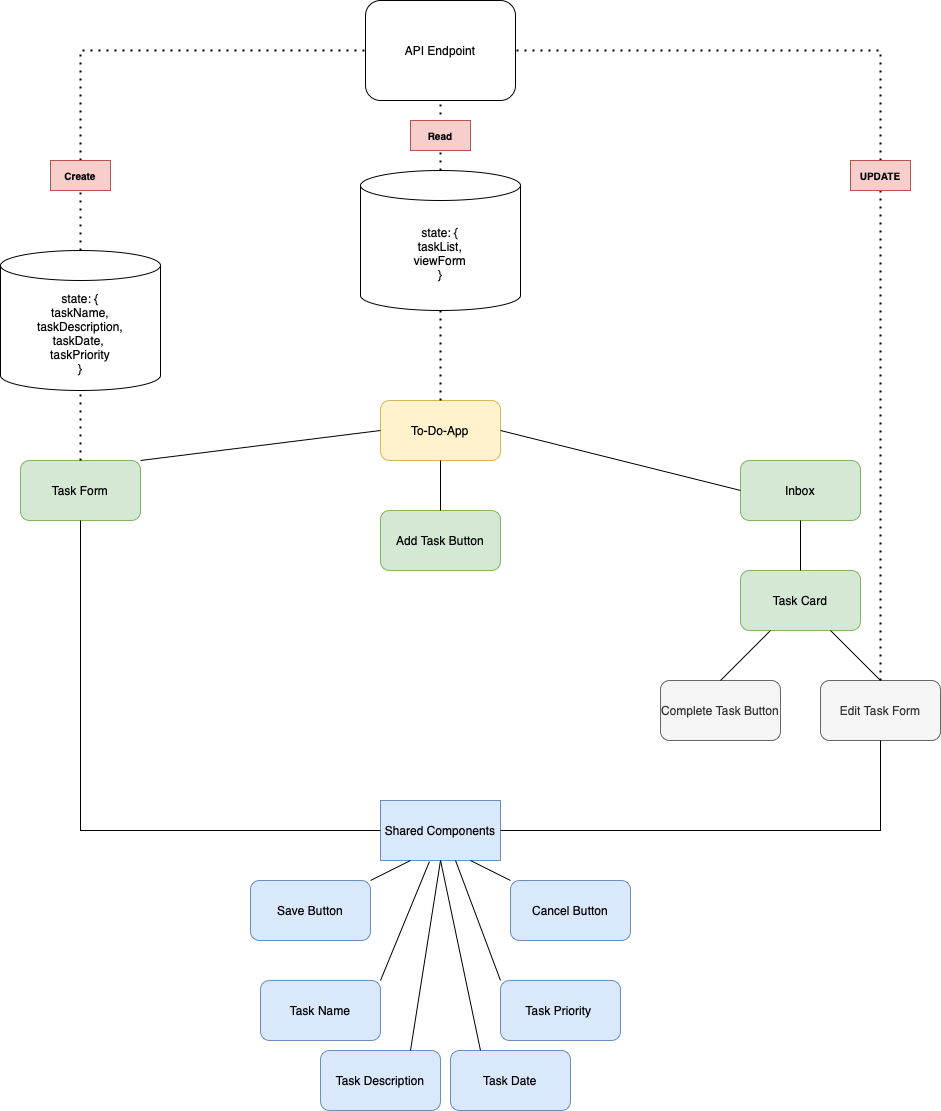
Earlier version of the draw.io export images/to-do-list-architecture.png (ddanner97/JustDoIt). Source tidied: cells renumbered, new cells last; positions are measured from the earlier drawing's top-left corner, leaving out a move shared by most shapes.
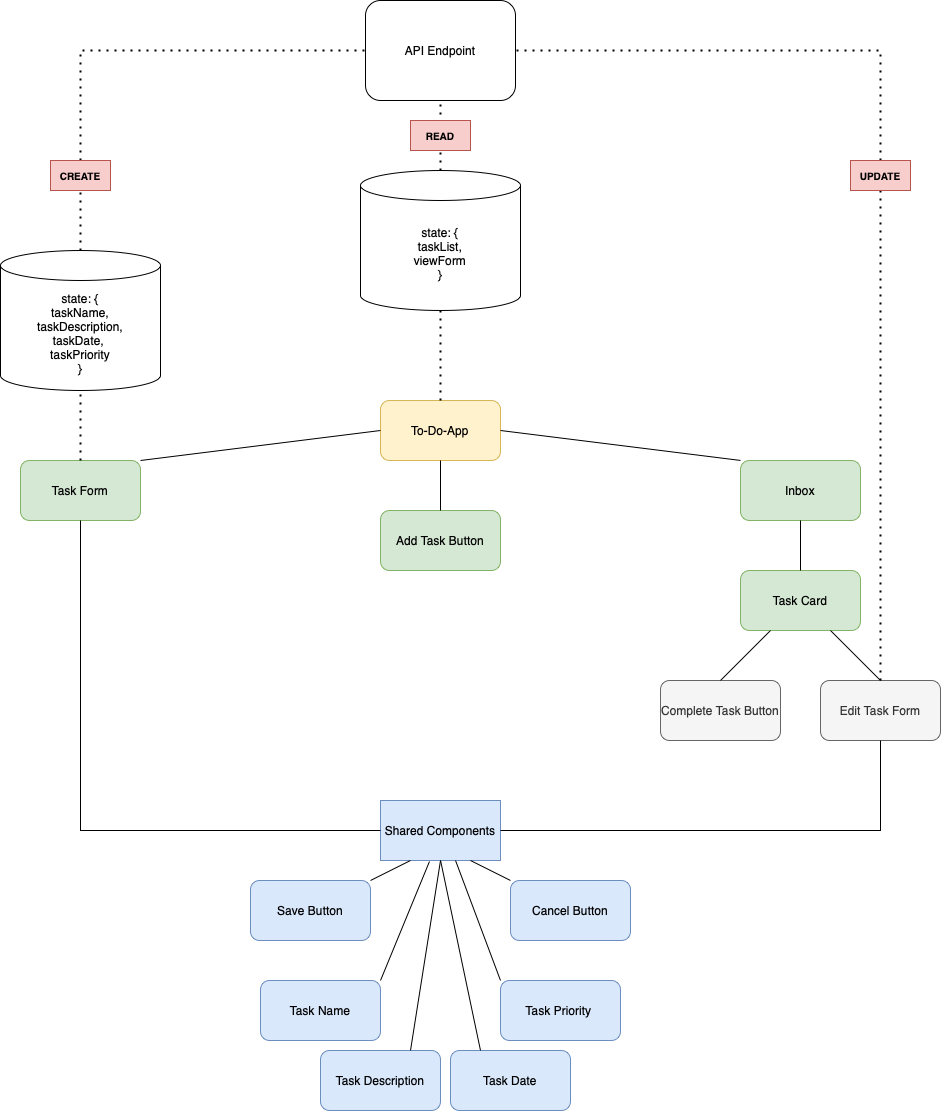
Later version of the same file.

The edit, as a diff of the source:
```diff
@@ -26,7 +26,7 @@
     <mxCell id="9" style="endArrow=none;html=1;rounded=0;exitX=1;exitY=0;exitDx=0;exitDy=0;entryX=0;entryY=0.5;entryDx=0;entryDy=0;" parent="1" edge="1" source="3" target="2">
       <mxGeometry relative="1" as="geometry" />
     </mxCell>
-    <mxCell id="10" style="endArrow=none;html=1;rounded=0;entryX=1;entryY=0.5;entryDx=0;entryDy=0;exitX=0;exitY=0.5;exitDx=0;exitDy=0;" parent="1" edge="1" source="4" target="2">
+    <mxCell id="10" style="endArrow=none;html=1;rounded=0;entryX=1;entryY=0.5;entryDx=0;entryDy=0;exitX=0;exitY=0;exitDx=0;exitDy=0;" parent="1" edge="1" source="4" target="2">
       <mxGeometry relative="1" as="geometry" />
     </mxCell>
     <mxCell id="11" value="Edit&amp;nbsp;Task Form" style="rounded=1;whiteSpace=wrap;html=1;fillColor=#f5f5f5;fontColor=#333333;strokeColor=#666666;" parent="1" vertex="1">
@@ -129,13 +129,13 @@
     <mxCell id="38" value="&lt;b style=&quot;font-size: 10px;&quot;&gt;&lt;font style=&quot;font-size: 10px;&quot;&gt;UPDATE&lt;/font&gt;&lt;/b&gt;" style="text;html=1;strokeColor=#b85450;fillColor=#f8cecc;align=center;verticalAlign=middle;whiteSpace=wrap;rounded=0;fontSize=10;" parent="1" vertex="1">
       <mxGeometry x="850" y="160" width="60" height="30" as="geometry" />
     </mxCell>
-    <mxCell id="39" value="&lt;b&gt;Create&lt;/b&gt;" style="text;html=1;strokeColor=#b85450;fillColor=#f8cecc;align=center;verticalAlign=middle;whiteSpace=wrap;rounded=0;fontSize=10;" parent="1" vertex="1">
+    <mxCell id="39" value="&lt;b&gt;CREATE&lt;/b&gt;" style="text;html=1;strokeColor=#b85450;fillColor=#f8cecc;align=center;verticalAlign=middle;whiteSpace=wrap;rounded=0;fontSize=10;" parent="1" vertex="1">
       <mxGeometry x="50" y="160" width="60" height="30" as="geometry" />
     </mxCell>
     <mxCell id="40" style="endArrow=none;dashed=1;html=1;dashPattern=1 3;strokeWidth=2;rounded=0;entryX=0.5;entryY=1;entryDx=0;entryDy=0;exitX=0.5;exitY=0;exitDx=0;exitDy=0;exitPerimeter=0;" parent="1" edge="1" source="26" target="39">
       <mxGeometry relative="1" as="geometry" />
     </mxCell>
-    <mxCell id="41" value="&lt;b&gt;Read&lt;/b&gt;" style="text;html=1;strokeColor=#b85450;fillColor=#f8cecc;align=center;verticalAlign=middle;whiteSpace=wrap;rounded=0;fontSize=10;" parent="1" vertex="1">
+    <mxCell id="41" value="&lt;b&gt;READ&lt;br&gt;&lt;/b&gt;" style="text;html=1;strokeColor=#b85450;fillColor=#f8cecc;align=center;verticalAlign=middle;whiteSpace=wrap;rounded=0;fontSize=10;" parent="1" vertex="1">
       <mxGeometry x="410" y="120" width="60" height="30" as="geometry" />
     </mxCell>
   </root>
```
